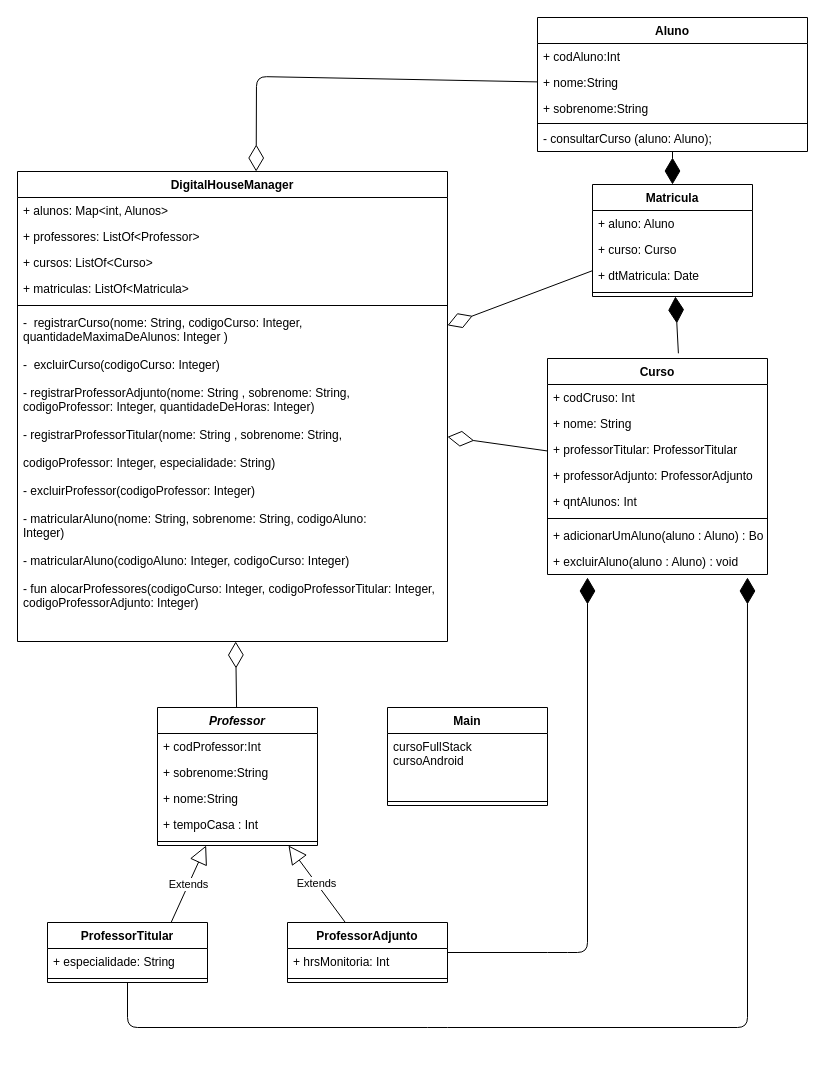
Before: Desafio1drawio.drawio in Nogueira94/desafio1_digital_house, a draw.io diagram. Source tidied: cells renumbered, new cells numbered last; positions are measured from the earlier drawing's top-left corner, leaving out a move shared by most shapes. Both pictures are drawn from the tidied source at 100%, with x=0, y=0 at pixel (17, 17).
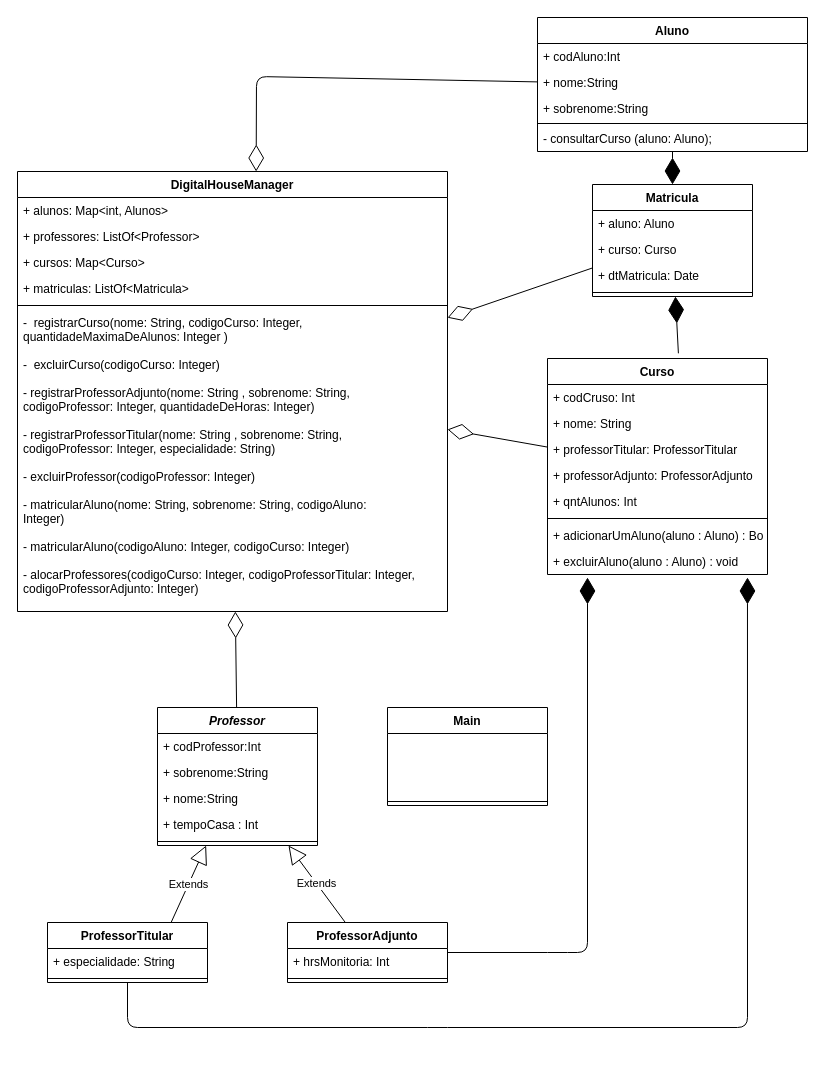
Above is the later version.

Unchanged cells that the change refers to:
```xml
<mxCell id="51" value="Main" style="swimlane;fontStyle=1;align=center;verticalAlign=top;horizontal=1;startSize=26;" parent="1" vertex="1">
  <mxGeometry x="370" y="690" width="160" height="98" as="geometry" />
</mxCell>
```

Diff of the diagram source:
```diff
@@
     <mxCell id="10" value="DigitalHouseManager" style="swimlane;fontStyle=1;align=center;verticalAlign=top;horizontal=1;startSize=26;" parent="1" vertex="1">
-      <mxGeometry y="154" width="430" height="470" as="geometry" />
+      <mxGeometry y="154" width="430" height="440" as="geometry" />
     </mxCell>
@@
-    <mxCell id="13" value="+ cursos: ListOf&lt;Curso&gt;" style="text;strokeColor=none;fillColor=none;align=left;verticalAlign=top;spacingLeft=4;spacingRight=4;overflow=hidden;" parent="10" vertex="1">
+    <mxCell id="13" value="+ cursos: Map&lt;Curso&gt;" style="text;strokeColor=none;fillColor=none;align=left;verticalAlign=top;spacingLeft=4;spacingRight=4;overflow=hidden;" parent="10" vertex="1">
       <mxGeometry y="78" width="430" height="26" as="geometry" />
     </mxCell>
@@
-    <mxCell id="16" value="-  registrarCurso(nome: String, codigoCurso: Integer, &#10;quantidadeMaximaDeAlunos: Integer )&#10;&#10;-  excluirCurso(codigoCurso: Integer)&#10;&#10;- registrarProfessorAdjunto(nome: String , sobrenome: String,&#10;codigoProfessor: Integer, quantidadeDeHoras: Integer)&#10;&#10;- registrarProfessorTitular(nome: String , sobrenome: String,&#10;&#10;codigoProfessor: Integer, especialidade: String)&#10;&#10;- excluirProfessor(codigoProfessor: Integer)&#10;&#10;- matricularAluno(nome: String, sobrenome: String, codigoAluno:&#10;Integer)&#10;&#10;- matricularAluno(codigoAluno: Integer, codigoCurso: Integer)&#10;&#10;- fun alocarProfessores(codigoCurso: Integer, codigoProfessorTitular: Integer, &#10;codigoProfessorAdjunto: Integer)&#10;&#10;" style="text;strokeColor=none;fillColor=none;align=left;verticalAlign=top;spacingLeft=4;spacingRight=4;overflow=hidden;" parent="10" vertex="1">
-      <mxGeometry y="138" width="430" height="332" as="geometry" />
+    <mxCell id="16" value="-  registrarCurso(nome: String, codigoCurso: Integer, &#10;quantidadeMaximaDeAlunos: Integer )&#10;&#10;-  excluirCurso(codigoCurso: Integer)&#10;&#10;- registrarProfessorAdjunto(nome: String , sobrenome: String,&#10;codigoProfessor: Integer, quantidadeDeHoras: Integer)&#10;&#10;- registrarProfessorTitular(nome: String , sobrenome: String,&#10;codigoProfessor: Integer, especialidade: String)&#10;&#10;- excluirProfessor(codigoProfessor: Integer)&#10;&#10;- matricularAluno(nome: String, sobrenome: String, codigoAluno:&#10;Integer)&#10;&#10;- matricularAluno(codigoAluno: Integer, codigoCurso: Integer)&#10;&#10;- alocarProfessores(codigoCurso: Integer, codigoProfessorTitular: Integer, &#10;codigoProfessorAdjunto: Integer)&#10;&#10;" style="text;strokeColor=none;fillColor=none;align=left;verticalAlign=top;spacingLeft=4;spacingRight=4;overflow=hidden;" parent="10" vertex="1">
+      <mxGeometry y="138" width="430" height="302" as="geometry" />
     </mxCell>
@@
-    <mxCell id="52" value="cursoFullStack&#10;cursoAndroid" style="text;strokeColor=none;fillColor=none;align=left;verticalAlign=top;spacingLeft=4;spacingRight=4;overflow=hidden;" parent="51" vertex="1">
+    <mxCell id="52" value="  " style="text;strokeColor=none;fillColor=none;align=left;verticalAlign=top;spacingLeft=4;spacingRight=4;overflow=hidden;" parent="51" vertex="1">
       <mxGeometry y="26" width="160" height="64" as="geometry" />
     </mxCell>
```
